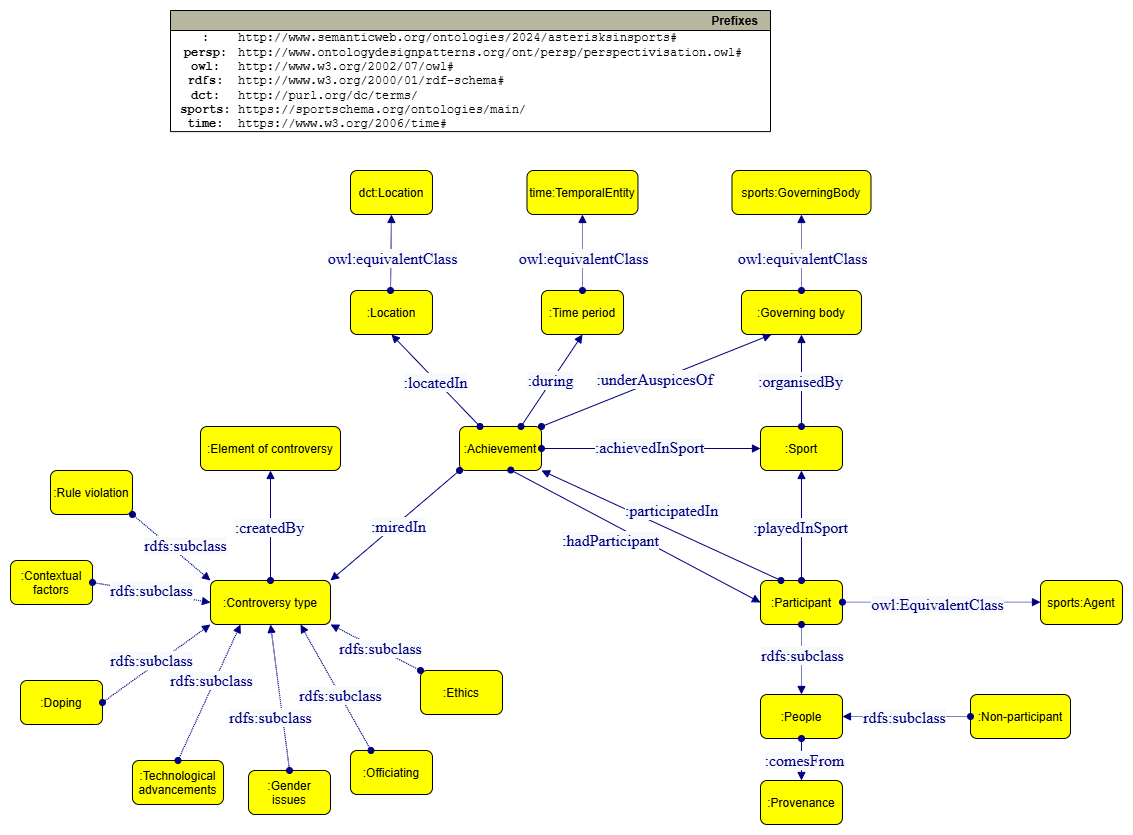
This is img/ontologydiagram1.drawio.png from krzywonos/asterisks-in-sports, a draw.io export, as it was before one commit. Source tidied: cells renumbered, new cells last; positions are measured from the earlier drawing's top-left corner, leaving out a move shared by most shapes.
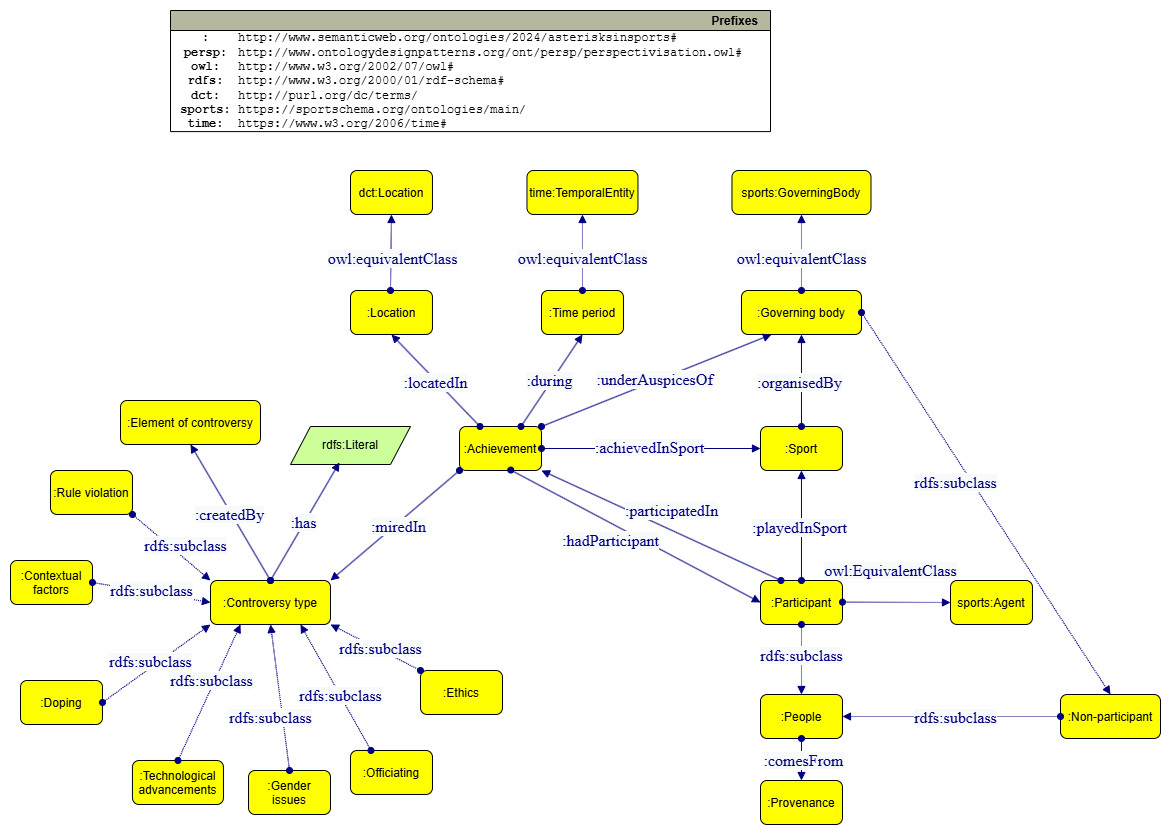
The same file after the commit.

Change to the diagram source:
```diff
@@ -42,13 +42,13 @@
       <mxGeometry x="750" y="770" width="82" height="44" as="geometry" />
     </mxCell>
     <mxCell id="15" value=":Non-participant" style="graphMlID=n4;shape=rect;rounded=1;arcsize=30;fillColor=#ffff00;strokeColor=#000000;strokeWidth=1.0;" parent="1" vertex="1">
-      <mxGeometry x="960" y="684" width="100" height="44" as="geometry" />
+      <mxGeometry x="1050" y="684" width="100" height="44" as="geometry" />
     </mxCell>
     <mxCell id="16" value="sports:Agent" style="graphMlID=n4;shape=rect;rounded=1;arcsize=30;fillColor=#ffff00;strokeColor=#000000;strokeWidth=1.0;" parent="1" vertex="1">
-      <mxGeometry x="1030" y="570" width="82" height="44" as="geometry" />
+      <mxGeometry x="940" y="570" width="82" height="44" as="geometry" />
     </mxCell>
     <mxCell id="17" value=":Element of controversy" style="graphMlID=n4;shape=rect;rounded=1;arcsize=30;fillColor=#ffff00;strokeColor=#000000;strokeWidth=1.0;" parent="1" vertex="1">
-      <mxGeometry x="190" y="416" width="140" height="44" as="geometry" />
+      <mxGeometry x="110" y="390" width="140" height="44" as="geometry" />
     </mxCell>
     <mxCell id="18" value="dct:Location" style="graphMlID=n4;shape=rect;rounded=1;arcsize=30;fillColor=#ffff00;strokeColor=#000000;strokeWidth=1.0;" parent="1" vertex="1">
       <mxGeometry x="340" y="160" width="82" height="44" as="geometry" />
@@ -86,15 +86,14 @@
     <mxCell id="28" value="&lt;span style=&quot;color: rgb(0 , 0 , 128) ; font-family: &amp;#34;dialog&amp;#34; ; font-size: 16px ; background-color: rgb(248 , 249 , 250)&quot;&gt;:comesFrom&lt;/span&gt;" style="text;html=1;align=center;verticalAlign=middle;labelBackgroundColor=#ffffff;" parent="27" vertex="1">
       <mxGeometry x="-0.02" y="2" relative="1" as="geometry" />
     </mxCell>
-    <mxCell id="29" style="graphMlID=e5;rounded=0;endArrow=block;strokeColor=#000080;dashed=1;dashPattern=1 1;strokeWidth=1.0;startArrow=oval;startFill=1;endFill=1;exitX=1;exitY=0.5;exitDx=0;exitDy=0;entryX=0;entryY=0.5;entryDx=0;entryDy=0;" parent="1" edge="1">
+    <mxCell id="29" style="graphMlID=e5;rounded=0;endArrow=block;strokeColor=#000080;dashed=1;dashPattern=1 1;strokeWidth=1.0;startArrow=oval;startFill=1;endFill=1;exitX=1;exitY=0.5;exitDx=0;exitDy=0;entryX=0;entryY=0.5;entryDx=0;entryDy=0;" parent="1" edge="1" target="16">
       <mxGeometry relative="1" as="geometry">
         <mxPoint x="832" y="591.6" as="sourcePoint" />
-        <mxPoint x="1030" y="591.6" as="targetPoint" />
       </mxGeometry>
     </mxCell>
     <mxCell id="30" value="&lt;font color=&quot;#000080&quot; face=&quot;dialog&quot;&gt;&lt;span style=&quot;font-size: 16px ; background-color: rgb(248 , 249 , 250)&quot;&gt;owl:EquivalentClass&lt;/span&gt;&lt;/font&gt;" style="text;html=1;align=center;verticalAlign=middle;labelBackgroundColor=#ffffff;" parent="29" vertex="1">
       <mxGeometry x="-0.14" y="-3" relative="1" as="geometry">
-        <mxPoint x="9" y="-1" as="offset" />
+        <mxPoint x="1" y="-35" as="offset" />
       </mxGeometry>
     </mxCell>
     <mxCell id="31" style="graphMlID=e5;rounded=0;endArrow=block;strokeColor=#000080;dashed=1;dashPattern=1 1;strokeWidth=1.0;startArrow=oval;startFill=1;endFill=1;exitX=0.5;exitY=1;exitDx=0;exitDy=0;entryX=0.5;entryY=0;entryDx=0;entryDy=0;" parent="1" edge="1" source="12" target="13">
@@ -259,5 +258,22 @@
         <mxPoint x="-3" as="offset" />
       </mxGeometry>
     </mxCell>
+    <mxCell id="75" value="rdfs:Literal" style="shape=parallelogram;perimeter=parallelogramPerimeter;whiteSpace=wrap;html=1;fixedSize=1;fillColor=#CCFF99;" parent="1" vertex="1">
+      <mxGeometry x="280" y="416" width="120" height="38" as="geometry" />
+    </mxCell>
+    <mxCell id="76" style="graphMlID=e0;rounded=0;endArrow=block;strokeColor=#000080;strokeWidth=1.0;startArrow=oval;startFill=1;endFill=1;entryX=0.408;entryY=0.947;entryDx=0;entryDy=0;exitX=0.5;exitY=0;exitDx=0;exitDy=0;entryPerimeter=0;" parent="1" edge="1" source="2" target="75">
+      <mxGeometry relative="1" as="geometry" />
+    </mxCell>
+    <mxCell id="77" value="&lt;font face=&quot;dialog&quot; color=&quot;#000080&quot;&gt;&lt;span style=&quot;font-size: 16px; background-color: rgb(248, 249, 250);&quot;&gt;:has&lt;/span&gt;&lt;/font&gt;" style="text;html=1;align=center;verticalAlign=middle;labelBackgroundColor=#ffffff;" parent="76" vertex="1">
+      <mxGeometry x="-0.02" y="2" relative="1" as="geometry" />
+    </mxCell>
+    <mxCell id="78" style="graphMlID=e5;rounded=0;endArrow=block;strokeColor=#000080;dashed=1;dashPattern=1 1;strokeWidth=1.0;startArrow=oval;startFill=1;endFill=1;entryX=0.5;entryY=0;entryDx=0;entryDy=0;exitX=1;exitY=0.5;exitDx=0;exitDy=0;" parent="1" edge="1" source="11" target="15">
+      <mxGeometry relative="1" as="geometry" />
+    </mxCell>
+    <mxCell id="79" value="&lt;span style=&quot;color: rgb(0 , 0 , 128) ; font-family: &amp;#34;dialog&amp;#34; ; font-size: 16px ; background-color: rgb(248 , 249 , 250)&quot;&gt;rdfs:subclass&lt;/span&gt;" style="text;html=1;align=center;verticalAlign=middle;labelBackgroundColor=#ffffff;" parent="78" vertex="1">
+      <mxGeometry x="-0.14" y="-3" relative="1" as="geometry">
+        <mxPoint x="-12" y="3" as="offset" />
+      </mxGeometry>
+    </mxCell>
   </root>
 </mxGraphModel>
```
